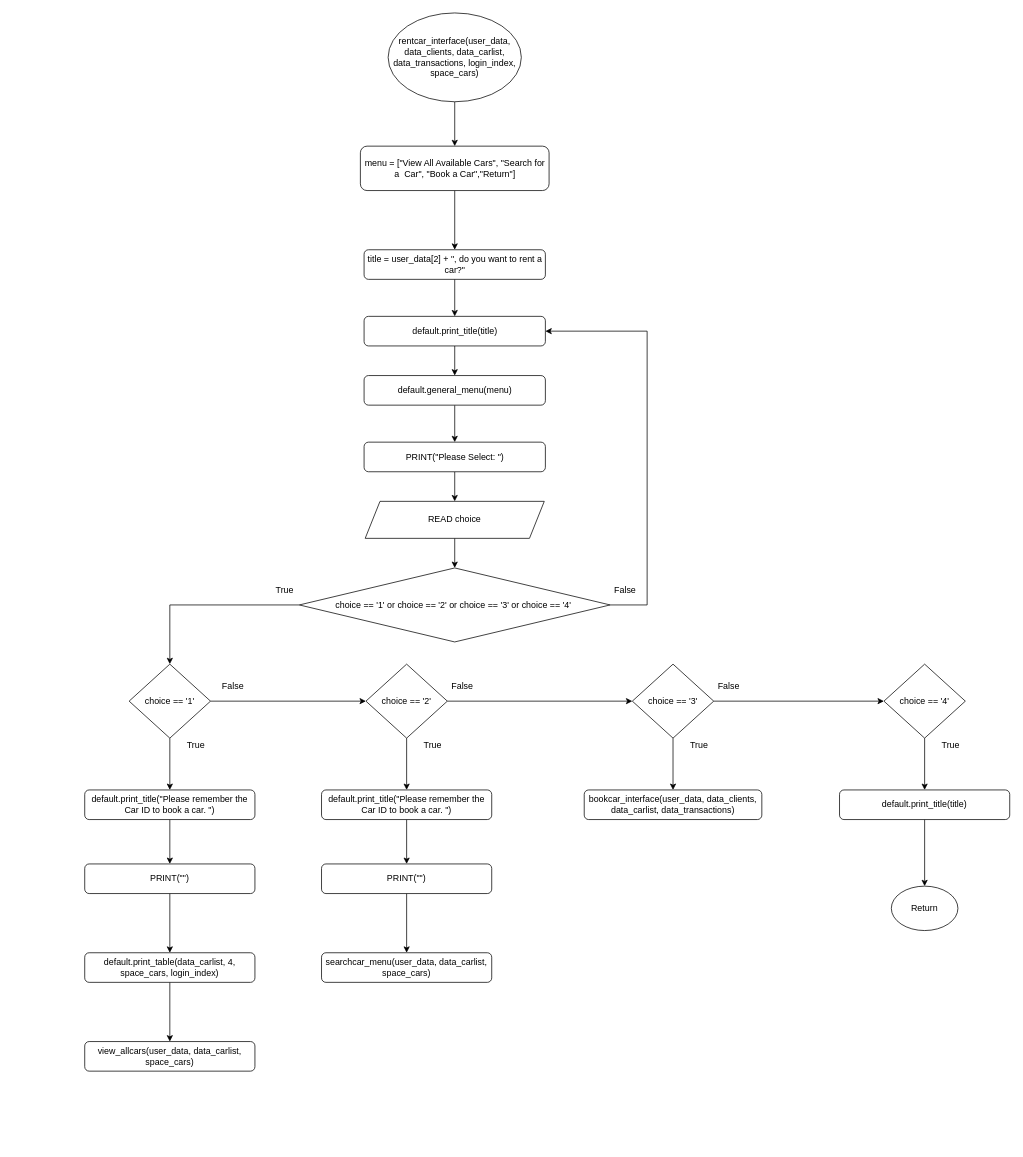
Before: Flowchart/clients/rentcar_interface.drawio in RabbitBear00/Car-Rental-System, a draw.io diagram. Source tidied: cells renumbered, new cells numbered last; positions are measured from the earlier drawing's top-left corner, leaving out a move shared by most shapes. Both pictures are drawn from the tidied source at 74%, with x=0, y=0 at pixel (84, 13).
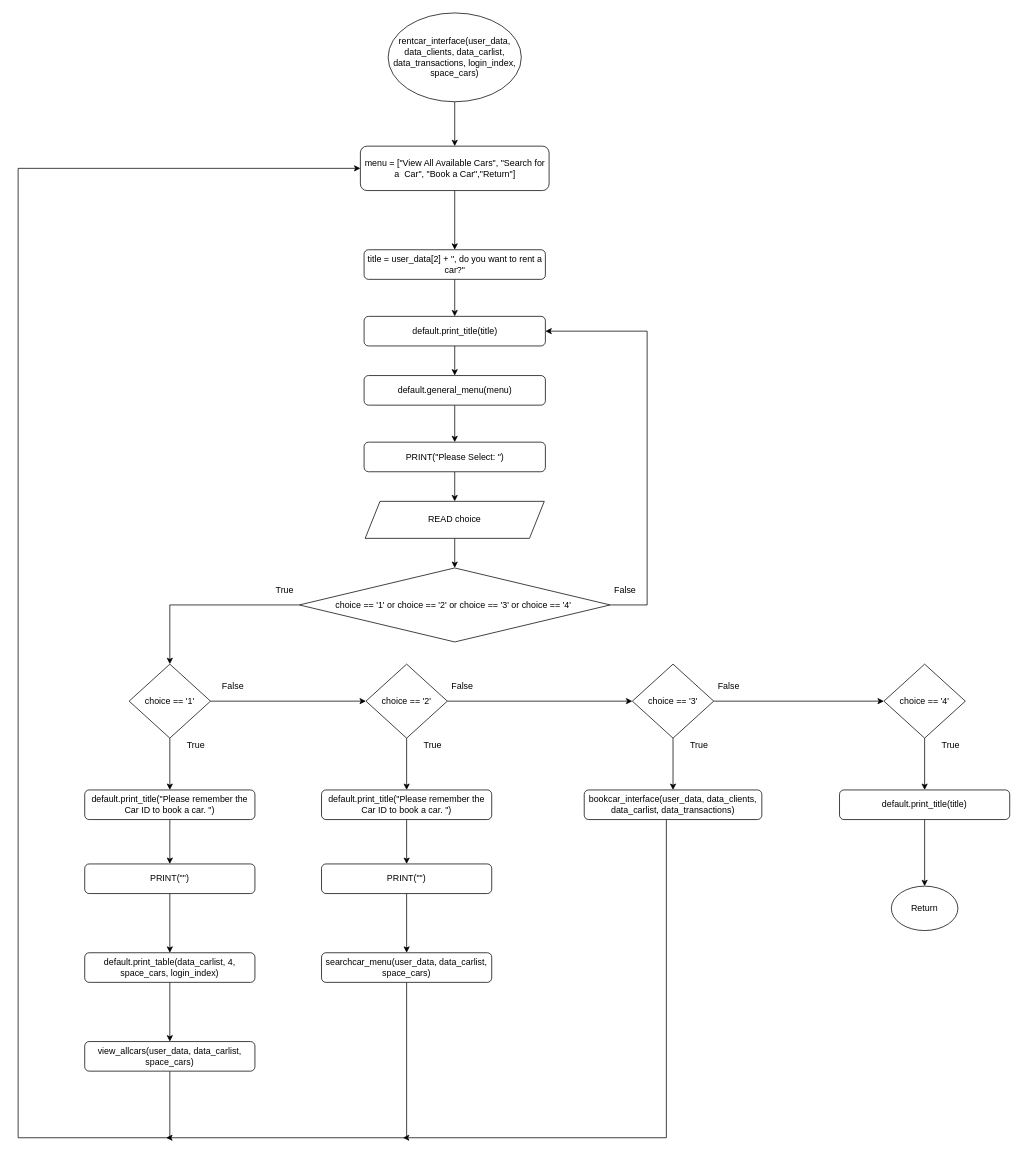
After the change.

The change refers to these unchanged cells:
```xml
<mxCell id="5" value="menu = [&quot;View All Available Cars&quot;, &quot;Search for a  Car&quot;, &quot;Book a Car&quot;,&quot;Return&quot;]" style="rounded=1;whiteSpace=wrap;html=1;" parent="1" vertex="1">
  <mxGeometry x="372.5" y="180" width="255" height="60" as="geometry" />
</mxCell>
<mxCell id="43" value="view_allcars(user_data, data_carlist, space_cars)" style="rounded=1;whiteSpace=wrap;html=1;" parent="1" vertex="1">
  <mxGeometry y="1390" width="230" height="40" as="geometry" />
</mxCell>
<mxCell id="44" value="searchcar_menu(user_data, data_carlist, space_cars)" style="rounded=1;whiteSpace=wrap;html=1;" parent="1" vertex="1">
  <mxGeometry x="320" y="1270" width="230" height="40" as="geometry" />
</mxCell>
```

Diff of the diagram source:
```diff
@@
+    <mxCell id="55" style="edgeStyle=orthogonalEdgeStyle;rounded=0;orthogonalLoop=1;jettySize=auto;html=1;" parent="1" edge="1">
+      <mxGeometry relative="1" as="geometry">
+        <mxPoint x="786" y="1090" as="sourcePoint" />
+        <mxPoint x="430" y="1520" as="targetPoint" />
+        <Array as="points">
+          <mxPoint x="786" y="1520" />
+        </Array>
+      </mxGeometry>
+    </mxCell>
@@
+    <mxCell id="56" style="edgeStyle=orthogonalEdgeStyle;rounded=0;jettySize=auto;html=1;exitX=0.5;exitY=1;exitDx=0;exitDy=0;entryX=0;entryY=0.5;entryDx=0;entryDy=0;" parent="1" edge="1" source="43" target="5">
+      <mxGeometry relative="1" as="geometry">
+        <Array as="points">
+          <mxPoint x="115" y="1520" />
+          <mxPoint x="-90" y="1520" />
+          <mxPoint x="-90" y="210" />
+        </Array>
+      </mxGeometry>
+    </mxCell>
@@
+    <mxCell id="57" style="edgeStyle=orthogonalEdgeStyle;rounded=0;jettySize=auto;html=1;" parent="1" edge="1" source="44">
+      <mxGeometry relative="1" as="geometry">
+        <mxPoint x="110" y="1520" as="targetPoint" />
+        <Array as="points">
+          <mxPoint x="435" y="1520" />
+        </Array>
+      </mxGeometry>
+    </mxCell>
```
